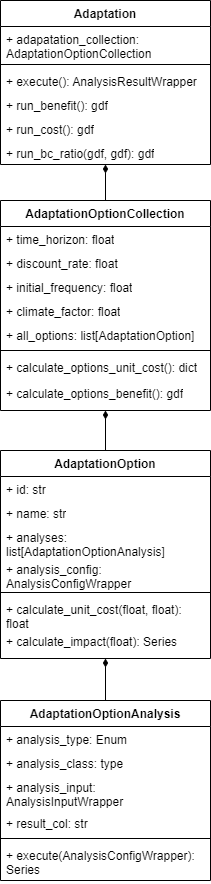
The draw.io diagram ra2ce/analysis/adaptation/adaptation_class.drawio.png in Deltares/ra2ce, before a commit. Source tidied: cells renumbered, new cells last; positions are measured from the earlier drawing's top-left corner, leaving out a move shared by most shapes.
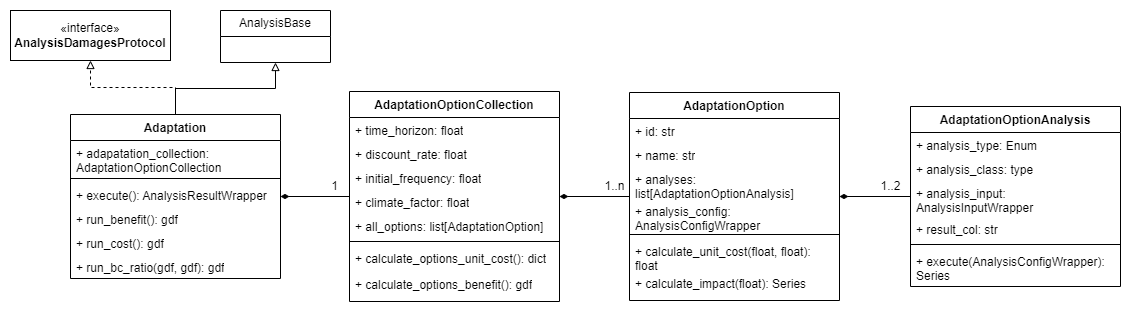
The same file after the commit.

What changed in the source:
```diff
@@ -2,8 +2,14 @@
   <root>
     <mxCell id="0" />
     <mxCell id="1" parent="0" />
+    <mxCell id="36" style="edgeStyle=orthogonalEdgeStyle;rounded=0;jettySize=auto;html=1;entryX=0.5;entryY=1;entryDx=0;entryDy=0;endArrow=block;endFill=0;" parent="1" edge="1" source="2" target="42">
+      <mxGeometry relative="1" as="geometry" />
+    </mxCell>
+    <mxCell id="37" style="edgeStyle=orthogonalEdgeStyle;rounded=0;jettySize=auto;html=1;entryX=0.5;entryY=1;entryDx=0;entryDy=0;dashed=1;endArrow=block;endFill=0;" parent="1" edge="1" source="2" target="41">
+      <mxGeometry relative="1" as="geometry" />
+    </mxCell>
     <mxCell id="2" value="Adaptation" style="swimlane;fontStyle=1;align=center;verticalAlign=top;horizontal=1;startSize=26;whiteSpace=wrap;html=1;" parent="1" vertex="1">
-      <mxGeometry width="210" height="164" as="geometry" />
+      <mxGeometry x="80" y="233" width="210" height="164" as="geometry" />
     </mxCell>
     <mxCell id="3" value="+ adapatation_collection: AdaptationOptionCollection" style="text;strokeColor=none;fillColor=none;align=left;verticalAlign=top;spacingLeft=4;spacingRight=4;overflow=hidden;whiteSpace=wrap;html=1;" parent="2" vertex="1">
       <mxGeometry y="26" width="210" height="34" as="geometry" />
@@ -27,7 +33,7 @@
       <mxGeometry relative="1" as="geometry" />
     </mxCell>
     <mxCell id="10" value="AdaptationOptionCollection" style="swimlane;fontStyle=1;align=center;verticalAlign=top;horizontal=1;startSize=26;whiteSpace=wrap;html=1;" parent="1" vertex="1">
-      <mxGeometry y="200" width="210" height="210" as="geometry" />
+      <mxGeometry x="359" y="210" width="210" height="210" as="geometry" />
     </mxCell>
     <mxCell id="11" value="+ time_horizon: float" style="text;strokeColor=none;fillColor=none;align=left;verticalAlign=top;spacingLeft=4;spacingRight=4;overflow=hidden;whiteSpace=wrap;html=1;" parent="10" vertex="1">
       <mxGeometry y="26" width="210" height="24" as="geometry" />
@@ -54,7 +60,7 @@
       <mxGeometry y="180" width="210" height="30" as="geometry" />
     </mxCell>
     <mxCell id="19" value="AdaptationOption" style="swimlane;fontStyle=1;align=center;verticalAlign=top;horizontal=1;startSize=26;whiteSpace=wrap;html=1;" parent="1" vertex="1">
-      <mxGeometry y="450" width="210" height="208" as="geometry" />
+      <mxGeometry x="639" y="211" width="210" height="208" as="geometry" />
     </mxCell>
     <mxCell id="20" value="+ id: str" style="text;strokeColor=none;fillColor=none;align=left;verticalAlign=top;spacingLeft=4;spacingRight=4;overflow=hidden;whiteSpace=wrap;html=1;" parent="19" vertex="1">
       <mxGeometry y="26" width="210" height="24" as="geometry" />
@@ -78,7 +84,7 @@
       <mxGeometry y="178" width="210" height="30" as="geometry" />
     </mxCell>
     <mxCell id="27" value="AdaptationOptionAnalysis" style="swimlane;fontStyle=1;align=center;verticalAlign=top;horizontal=1;startSize=26;whiteSpace=wrap;html=1;" parent="1" vertex="1">
-      <mxGeometry y="700" width="210" height="180" as="geometry" />
+      <mxGeometry x="920" y="225" width="210" height="180" as="geometry" />
     </mxCell>
     <mxCell id="28" value="+ analysis_type: Enum" style="text;strokeColor=none;fillColor=none;align=left;verticalAlign=top;spacingLeft=4;spacingRight=4;overflow=hidden;whiteSpace=wrap;html=1;" parent="27" vertex="1">
       <mxGeometry y="26" width="210" height="24" as="geometry" />
@@ -104,5 +110,20 @@
     <mxCell id="35" style="edgeStyle=orthogonalEdgeStyle;rounded=0;jettySize=auto;html=1;endArrow=diamondThin;endFill=1;" parent="1" edge="1" source="27" target="19">
       <mxGeometry relative="1" as="geometry" />
     </mxCell>
+    <mxCell id="38" value="1" style="text;html=1;align=center;verticalAlign=middle;strokeColor=none;fillColor=none;" parent="1" vertex="1">
+      <mxGeometry x="329" y="290" width="30" height="30" as="geometry" />
+    </mxCell>
+    <mxCell id="39" value="1..n" style="text;html=1;align=center;verticalAlign=middle;strokeColor=none;fillColor=none;" parent="1" vertex="1">
+      <mxGeometry x="604" y="290" width="40" height="30" as="geometry" />
+    </mxCell>
+    <mxCell id="40" value="1..2" style="text;html=1;align=center;verticalAlign=middle;strokeColor=none;fillColor=none;" parent="1" vertex="1">
+      <mxGeometry x="880" y="290" width="40" height="30" as="geometry" />
+    </mxCell>
+    <mxCell id="41" value="«interface»&lt;br&gt;&lt;b&gt;AnalysisDamagesProtocol&lt;/b&gt;" style="html=1;whiteSpace=wrap;" parent="1" vertex="1">
+      <mxGeometry x="20" y="129" width="160" height="50" as="geometry" />
+    </mxCell>
+    <mxCell id="42" value="AnalysisBase" style="swimlane;fontStyle=0;horizontal=1;startSize=26;fillColor=none;whiteSpace=wrap;html=1;" parent="1" vertex="1">
+      <mxGeometry x="230" y="129" width="110" height="52" as="geometry" />
+    </mxCell>
   </root>
 </mxGraphModel>
```
